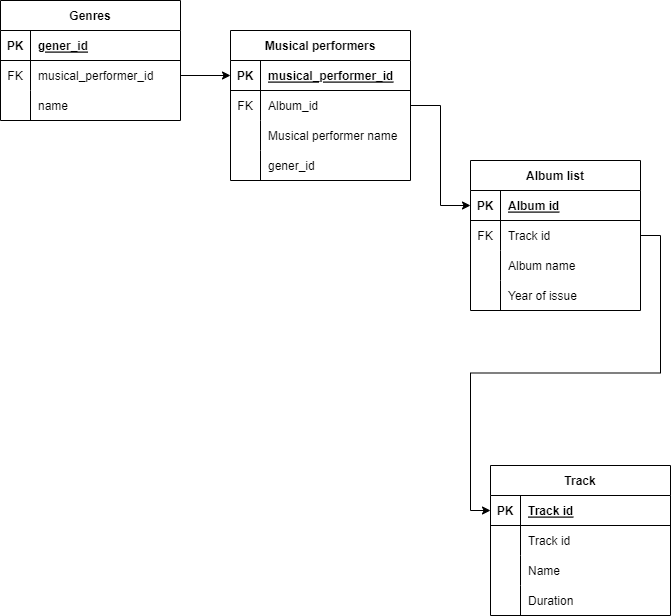
VadimRoziznan/Music-site keeps this draw.io diagram as Music site.drawio.png. Above is the earlier version. Source tidied: cells renumbered, new cells last; positions are measured from the earlier drawing's top-left corner, leaving out a move shared by most shapes.
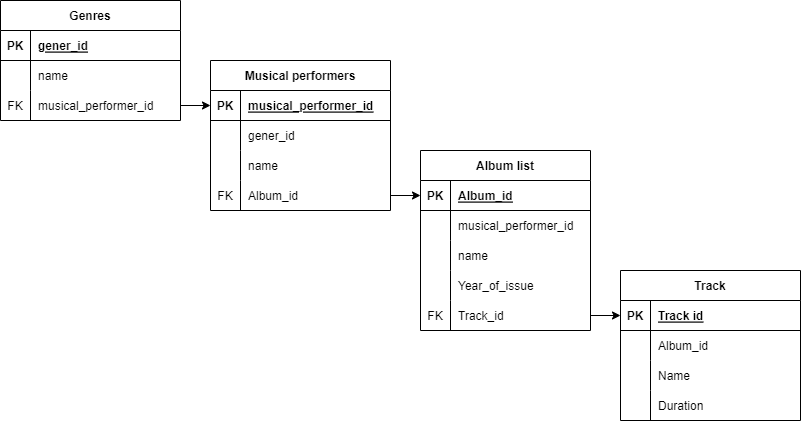
After the commit.

The edit, as a diff of the source:
```diff
@@ -17,23 +17,23 @@
     <mxCell id="6" style="shape=tableRow;horizontal=0;startSize=0;swimlaneHead=0;swimlaneBody=0;fillColor=none;points=[[0,0.5],[1,0.5]];portConstraint=eastwest;top=0;left=0;right=0;bottom=0;" parent="2" vertex="1">
       <mxGeometry y="60" width="180" height="30" as="geometry" />
     </mxCell>
-    <mxCell id="7" value="FK" style="shape=partialRectangle;fillColor=none;top=0;left=0;bottom=0;right=0;overflow=hidden;" parent="6" vertex="1">
+    <mxCell id="7" style="shape=partialRectangle;fillColor=none;top=0;left=0;bottom=0;right=0;overflow=hidden;" parent="6" vertex="1">
       <mxGeometry width="30" height="30" as="geometry" />
     </mxCell>
-    <mxCell id="8" value="musical_performer_id" style="shape=partialRectangle;fillColor=none;top=0;left=0;bottom=0;right=0;align=left;spacingLeft=6;overflow=hidden;" parent="6" vertex="1">
+    <mxCell id="8" value="name" style="shape=partialRectangle;fillColor=none;top=0;left=0;bottom=0;right=0;align=left;spacingLeft=6;overflow=hidden;" parent="6" vertex="1">
       <mxGeometry x="30" width="150" height="30" as="geometry" />
     </mxCell>
     <mxCell id="9" style="shape=tableRow;horizontal=0;startSize=0;swimlaneHead=0;swimlaneBody=0;fillColor=none;points=[[0,0.5],[1,0.5]];portConstraint=eastwest;top=0;left=0;right=0;bottom=0;" parent="2" vertex="1">
       <mxGeometry y="90" width="180" height="30" as="geometry" />
     </mxCell>
-    <mxCell id="10" style="shape=partialRectangle;fillColor=none;top=0;left=0;bottom=0;right=0;overflow=hidden;" parent="9" vertex="1">
-      <mxGeometry width="30" height="30" as="geometry" />
-    </mxCell>
-    <mxCell id="11" value="name" style="shape=partialRectangle;fillColor=none;top=0;left=0;bottom=0;right=0;align=left;spacingLeft=6;overflow=hidden;" parent="9" vertex="1">
-      <mxGeometry x="30" width="150" height="30" as="geometry" />
-    </mxCell>
+    <mxCell id="55" value="FK" style="shape=partialRectangle;fillColor=none;top=0;left=0;bottom=0;right=0;overflow=hidden;" parent="9" vertex="1">
+      <mxGeometry width="30" height="30" as="geometry" />
+    </mxCell>
+    <mxCell id="56" value="musical_performer_id" style="shape=partialRectangle;fillColor=none;top=0;left=0;bottom=0;right=0;align=left;spacingLeft=6;overflow=hidden;" parent="9" vertex="1">
+      <mxGeometry x="30" width="150" height="30" as="geometry" />
+    </mxCell>
     <mxCell id="12" value="Musical performers" style="shape=table;startSize=30;rowLines=0;fontStyle=1;align=center;strokeColor=default;fontFamily=Helvetica;fontSize=12;fontColor=default;fillColor=none;" parent="1" vertex="1">
-      <mxGeometry x="230" y="30" width="180" height="150" as="geometry" />
+      <mxGeometry x="210" y="60" width="180" height="150" as="geometry" />
     </mxCell>
     <mxCell id="13" style="shape=tableRow;horizontal=0;startSize=0;swimlaneHead=0;swimlaneBody=0;fillColor=none;points=[[0,0.5],[1,0.5]];portConstraint=eastwest;top=0;left=0;right=0;bottom=1;strokeColor=default;fontFamily=Helvetica;fontSize=12;fontColor=default;" parent="12" vertex="1">
       <mxGeometry y="30" width="180" height="30" as="geometry" />
@@ -47,10 +47,10 @@
     <mxCell id="16" style="shape=tableRow;horizontal=0;startSize=0;swimlaneHead=0;swimlaneBody=0;fillColor=none;points=[[0,0.5],[1,0.5]];portConstraint=eastwest;top=0;left=0;right=0;bottom=0;strokeColor=default;fontFamily=Helvetica;fontSize=12;fontColor=default;" parent="12" vertex="1">
       <mxGeometry y="60" width="180" height="30" as="geometry" />
     </mxCell>
-    <mxCell id="17" value="FK" style="shape=partialRectangle;fillColor=none;top=0;left=0;bottom=0;right=0;overflow=hidden;strokeColor=default;fontFamily=Helvetica;fontSize=12;fontColor=default;" parent="16" vertex="1">
+    <mxCell id="17" style="shape=partialRectangle;fillColor=none;top=0;left=0;bottom=0;right=0;overflow=hidden;strokeColor=default;fontFamily=Helvetica;fontSize=12;fontColor=default;" parent="16" vertex="1">
       <mxGeometry width="30" height="30" as="geometry" />
     </mxCell>
-    <mxCell id="18" value="Album_id" style="shape=partialRectangle;fillColor=none;top=0;left=0;bottom=0;right=0;align=left;spacingLeft=6;overflow=hidden;strokeColor=default;fontFamily=Helvetica;fontSize=12;fontColor=default;" parent="16" vertex="1">
+    <mxCell id="18" value="gener_id" style="shape=partialRectangle;fillColor=none;top=0;left=0;bottom=0;right=0;align=left;spacingLeft=6;overflow=hidden;strokeColor=default;fontFamily=Helvetica;fontSize=12;fontColor=default;" parent="16" vertex="1">
       <mxGeometry x="30" width="150" height="30" as="geometry" />
     </mxCell>
     <mxCell id="19" style="shape=tableRow;horizontal=0;startSize=0;swimlaneHead=0;swimlaneBody=0;fillColor=none;top=0;left=0;right=0;bottom=0;strokeColor=default;fontFamily=Helvetica;fontSize=12;fontColor=default;" parent="12" vertex="1">
@@ -59,20 +59,20 @@
     <mxCell id="20" style="shape=partialRectangle;fillColor=none;top=0;left=0;bottom=0;right=0;overflow=hidden;strokeColor=default;fontFamily=Helvetica;fontSize=12;fontColor=default;" parent="19" vertex="1">
       <mxGeometry width="30" height="30" as="geometry" />
     </mxCell>
-    <mxCell id="21" value="Musical performer name" style="shape=partialRectangle;fillColor=none;top=0;left=0;bottom=0;right=0;align=left;spacingLeft=6;overflow=hidden;strokeColor=default;fontFamily=Helvetica;fontSize=12;fontColor=default;" parent="19" vertex="1">
+    <mxCell id="21" value="name" style="shape=partialRectangle;fillColor=none;top=0;left=0;bottom=0;right=0;align=left;spacingLeft=6;overflow=hidden;strokeColor=default;fontFamily=Helvetica;fontSize=12;fontColor=default;" parent="19" vertex="1">
       <mxGeometry x="30" width="150" height="30" as="geometry" />
     </mxCell>
     <mxCell id="22" style="shape=tableRow;horizontal=0;startSize=0;swimlaneHead=0;swimlaneBody=0;fillColor=none;points=[[0,0.5],[1,0.5]];portConstraint=eastwest;top=0;left=0;right=0;bottom=0;strokeColor=default;fontFamily=Helvetica;fontSize=12;fontColor=default;" parent="12" vertex="1">
       <mxGeometry y="120" width="180" height="30" as="geometry" />
     </mxCell>
-    <mxCell id="23" style="shape=partialRectangle;fillColor=none;top=0;left=0;bottom=0;right=0;overflow=hidden;strokeColor=default;fontFamily=Helvetica;fontSize=12;fontColor=default;" parent="22" vertex="1">
-      <mxGeometry width="30" height="30" as="geometry" />
-    </mxCell>
-    <mxCell id="24" value="gener_id" style="shape=partialRectangle;fillColor=none;top=0;left=0;bottom=0;right=0;align=left;spacingLeft=6;overflow=hidden;strokeColor=default;fontFamily=Helvetica;fontSize=12;fontColor=default;" parent="22" vertex="1">
-      <mxGeometry x="30" width="150" height="30" as="geometry" />
-    </mxCell>
+    <mxCell id="57" value="FK" style="shape=partialRectangle;fillColor=none;top=0;left=0;bottom=0;right=0;overflow=hidden;strokeColor=default;fontFamily=Helvetica;fontSize=12;fontColor=default;" parent="22" vertex="1">
+      <mxGeometry width="30" height="30" as="geometry" />
+    </mxCell>
+    <mxCell id="58" value="Album_id" style="shape=partialRectangle;fillColor=none;top=0;left=0;bottom=0;right=0;align=left;spacingLeft=6;overflow=hidden;strokeColor=default;fontFamily=Helvetica;fontSize=12;fontColor=default;" parent="22" vertex="1">
+      <mxGeometry x="30" width="150" height="30" as="geometry" />
+    </mxCell>
     <mxCell id="25" value="Album list" style="shape=table;startSize=30;rowLines=0;fontStyle=1;align=center;strokeColor=default;fontFamily=Helvetica;fontSize=12;fontColor=default;fillColor=none;" parent="1" vertex="1">
-      <mxGeometry x="470" y="160" width="170" height="150" as="geometry" />
+      <mxGeometry x="420" y="150" width="170" height="180" as="geometry" />
     </mxCell>
     <mxCell id="26" style="shape=tableRow;horizontal=0;startSize=0;swimlaneHead=0;swimlaneBody=0;fillColor=none;points=[[0,0.5],[1,0.5]];portConstraint=eastwest;top=0;left=0;right=0;bottom=1;strokeColor=default;fontFamily=Helvetica;fontSize=12;fontColor=default;" parent="25" vertex="1">
       <mxGeometry y="30" width="170" height="30" as="geometry" />
@@ -80,44 +80,50 @@
     <mxCell id="27" value="PK" style="shape=partialRectangle;fillColor=none;top=0;left=0;bottom=0;right=0;fontStyle=1;overflow=hidden;strokeColor=default;fontFamily=Helvetica;fontSize=12;fontColor=default;" parent="26" vertex="1">
       <mxGeometry width="30" height="30" as="geometry" />
     </mxCell>
-    <mxCell id="28" value="Album id" style="shape=partialRectangle;fillColor=none;top=0;left=0;bottom=0;right=0;align=left;spacingLeft=6;fontStyle=5;overflow=hidden;strokeColor=default;fontFamily=Helvetica;fontSize=12;fontColor=default;" parent="26" vertex="1">
+    <mxCell id="28" value="Album_id" style="shape=partialRectangle;fillColor=none;top=0;left=0;bottom=0;right=0;align=left;spacingLeft=6;fontStyle=5;overflow=hidden;strokeColor=default;fontFamily=Helvetica;fontSize=12;fontColor=default;" parent="26" vertex="1">
       <mxGeometry x="30" width="140" height="30" as="geometry" />
     </mxCell>
-    <mxCell id="29" style="shape=tableRow;horizontal=0;startSize=0;swimlaneHead=0;swimlaneBody=0;fillColor=none;points=[[0,0.5],[1,0.5]];portConstraint=eastwest;top=0;left=0;right=0;bottom=0;strokeColor=default;fontFamily=Helvetica;fontSize=12;fontColor=default;" parent="25" vertex="1">
-      <mxGeometry y="60" width="170" height="30" as="geometry" />
-    </mxCell>
-    <mxCell id="30" value="FK" style="shape=partialRectangle;fillColor=none;top=0;left=0;bottom=0;right=0;overflow=hidden;strokeColor=default;fontFamily=Helvetica;fontSize=12;fontColor=default;" parent="29" vertex="1">
-      <mxGeometry width="30" height="30" as="geometry" />
-    </mxCell>
-    <mxCell id="31" value="Track id" style="shape=partialRectangle;fillColor=none;top=0;left=0;bottom=0;right=0;align=left;spacingLeft=6;overflow=hidden;strokeColor=default;fontFamily=Helvetica;fontSize=12;fontColor=default;" parent="29" vertex="1">
-      <mxGeometry x="30" width="140" height="30" as="geometry" />
-    </mxCell>
     <mxCell id="32" style="shape=tableRow;horizontal=0;startSize=0;swimlaneHead=0;swimlaneBody=0;fillColor=none;top=0;left=0;right=0;bottom=0;strokeColor=default;fontFamily=Helvetica;fontSize=12;fontColor=default;" parent="25" vertex="1">
-      <mxGeometry y="90" width="170" height="30" as="geometry" />
+      <mxGeometry y="60" width="170" height="30" as="geometry" />
     </mxCell>
     <mxCell id="33" style="shape=partialRectangle;fillColor=none;top=0;left=0;bottom=0;right=0;overflow=hidden;strokeColor=default;fontFamily=Helvetica;fontSize=12;fontColor=default;" parent="32" vertex="1">
       <mxGeometry width="30" height="30" as="geometry" />
     </mxCell>
-    <mxCell id="34" value="Album name" style="shape=partialRectangle;fillColor=none;top=0;left=0;bottom=0;right=0;align=left;spacingLeft=6;overflow=hidden;strokeColor=default;fontFamily=Helvetica;fontSize=12;fontColor=default;" parent="32" vertex="1">
+    <mxCell id="34" value="musical_performer_id" style="shape=partialRectangle;fillColor=none;top=0;left=0;bottom=0;right=0;align=left;spacingLeft=6;overflow=hidden;strokeColor=default;fontFamily=Helvetica;fontSize=12;fontColor=default;" parent="32" vertex="1">
       <mxGeometry x="30" width="140" height="30" as="geometry" />
     </mxCell>
     <mxCell id="35" style="shape=tableRow;horizontal=0;startSize=0;swimlaneHead=0;swimlaneBody=0;fillColor=none;top=0;left=0;right=0;bottom=0;strokeColor=default;fontFamily=Helvetica;fontSize=12;fontColor=default;" parent="25" vertex="1">
-      <mxGeometry y="120" width="170" height="30" as="geometry" />
+      <mxGeometry y="90" width="170" height="30" as="geometry" />
     </mxCell>
     <mxCell id="36" style="shape=partialRectangle;fillColor=none;top=0;left=0;bottom=0;right=0;overflow=hidden;strokeColor=default;fontFamily=Helvetica;fontSize=12;fontColor=default;" parent="35" vertex="1">
       <mxGeometry width="30" height="30" as="geometry" />
     </mxCell>
-    <mxCell id="37" value="Year of issue" style="shape=partialRectangle;fillColor=none;top=0;left=0;bottom=0;right=0;align=left;spacingLeft=6;overflow=hidden;strokeColor=default;fontFamily=Helvetica;fontSize=12;fontColor=default;" parent="35" vertex="1">
+    <mxCell id="37" value="name" style="shape=partialRectangle;fillColor=none;top=0;left=0;bottom=0;right=0;align=left;spacingLeft=6;overflow=hidden;strokeColor=default;fontFamily=Helvetica;fontSize=12;fontColor=default;" parent="35" vertex="1">
       <mxGeometry x="30" width="140" height="30" as="geometry" />
     </mxCell>
+    <mxCell id="59" style="shape=tableRow;horizontal=0;startSize=0;swimlaneHead=0;swimlaneBody=0;fillColor=none;top=0;left=0;right=0;bottom=0;strokeColor=default;fontFamily=Helvetica;fontSize=12;fontColor=default;" parent="25" vertex="1">
+      <mxGeometry y="120" width="170" height="30" as="geometry" />
+    </mxCell>
+    <mxCell id="23" style="shape=partialRectangle;fillColor=none;top=0;left=0;bottom=0;right=0;overflow=hidden;strokeColor=default;fontFamily=Helvetica;fontSize=12;fontColor=default;" parent="59" vertex="1">
+      <mxGeometry width="30" height="30" as="geometry" />
+    </mxCell>
+    <mxCell id="60" value="Year_of_issue" style="shape=partialRectangle;fillColor=none;top=0;left=0;bottom=0;right=0;align=left;spacingLeft=6;overflow=hidden;strokeColor=default;fontFamily=Helvetica;fontSize=12;fontColor=default;" parent="59" vertex="1">
+      <mxGeometry x="30" width="140" height="30" as="geometry" />
+    </mxCell>
+    <mxCell id="61" style="shape=tableRow;horizontal=0;startSize=0;swimlaneHead=0;swimlaneBody=0;fillColor=none;points=[[0,0.5],[1,0.5]];portConstraint=eastwest;top=0;left=0;right=0;bottom=0;strokeColor=default;fontFamily=Helvetica;fontSize=12;fontColor=default;" parent="25" vertex="1">
+      <mxGeometry y="150" width="170" height="30" as="geometry" />
+    </mxCell>
+    <mxCell id="62" value="FK" style="shape=partialRectangle;fillColor=none;top=0;left=0;bottom=0;right=0;overflow=hidden;strokeColor=default;fontFamily=Helvetica;fontSize=12;fontColor=default;" parent="61" vertex="1">
+      <mxGeometry width="30" height="30" as="geometry" />
+    </mxCell>
+    <mxCell id="63" value="Track_id" style="shape=partialRectangle;fillColor=none;top=0;left=0;bottom=0;right=0;align=left;spacingLeft=6;overflow=hidden;strokeColor=default;fontFamily=Helvetica;fontSize=12;fontColor=default;" parent="61" vertex="1">
+      <mxGeometry x="30" width="140" height="30" as="geometry" />
+    </mxCell>
     <mxCell id="38" style="edgeStyle=orthogonalEdgeStyle;rounded=0;jettySize=auto;html=1;exitX=1;exitY=0.5;exitDx=0;exitDy=0;entryX=0;entryY=0.5;entryDx=0;entryDy=0;" parent="1" edge="1" target="13">
       <mxGeometry relative="1" as="geometry" />
     </mxCell>
-    <mxCell id="39" style="edgeStyle=orthogonalEdgeStyle;rounded=0;jettySize=auto;html=1;exitX=1;exitY=0.5;exitDx=0;exitDy=0;entryX=0;entryY=0.5;entryDx=0;entryDy=0;" parent="1" edge="1" source="6" target="13">
-      <mxGeometry relative="1" as="geometry" />
-    </mxCell>
     <mxCell id="40" value="Track" style="shape=table;startSize=30;rowLines=0;fontStyle=1;align=center;" parent="1" vertex="1">
-      <mxGeometry x="490" y="465" width="180" height="150" as="geometry" />
+      <mxGeometry x="620" y="270" width="180" height="150" as="geometry" />
     </mxCell>
     <mxCell id="41" style="shape=tableRow;horizontal=0;startSize=0;swimlaneHead=0;swimlaneBody=0;fillColor=none;points=[[0,0.5],[1,0.5]];portConstraint=eastwest;top=0;left=0;right=0;bottom=1;" parent="40" vertex="1">
       <mxGeometry y="30" width="180" height="30" as="geometry" />
@@ -134,7 +140,7 @@
     <mxCell id="45" style="shape=partialRectangle;fillColor=none;top=0;left=0;bottom=0;right=0;overflow=hidden;" parent="44" vertex="1">
       <mxGeometry width="30" height="30" as="geometry" />
     </mxCell>
-    <mxCell id="46" value="Track id" style="shape=partialRectangle;fillColor=none;top=0;left=0;bottom=0;right=0;align=left;spacingLeft=6;overflow=hidden;" parent="44" vertex="1">
+    <mxCell id="46" value="Album_id" style="shape=partialRectangle;fillColor=none;top=0;left=0;bottom=0;right=0;align=left;spacingLeft=6;overflow=hidden;" parent="44" vertex="1">
       <mxGeometry x="30" width="150" height="30" as="geometry" />
     </mxCell>
     <mxCell id="47" style="shape=tableRow;horizontal=0;startSize=0;swimlaneHead=0;swimlaneBody=0;fillColor=none;top=0;left=0;right=0;bottom=0;" parent="40" vertex="1">
@@ -155,11 +161,14 @@
     <mxCell id="52" value="Duration" style="shape=partialRectangle;fillColor=none;top=0;left=0;bottom=0;right=0;align=left;spacingLeft=6;overflow=hidden;" parent="50" vertex="1">
       <mxGeometry x="30" width="150" height="30" as="geometry" />
     </mxCell>
-    <mxCell id="53" style="edgeStyle=orthogonalEdgeStyle;rounded=0;jettySize=auto;html=1;exitX=1;exitY=0.5;exitDx=0;exitDy=0;entryX=0;entryY=0.5;entryDx=0;entryDy=0;" parent="1" edge="1" source="16" target="26">
-      <mxGeometry relative="1" as="geometry" />
-    </mxCell>
-    <mxCell id="54" style="edgeStyle=orthogonalEdgeStyle;rounded=0;jettySize=auto;html=1;exitX=1;exitY=0.5;exitDx=0;exitDy=0;entryX=0;entryY=0.5;entryDx=0;entryDy=0;" parent="1" edge="1" source="29" target="41">
-      <mxGeometry relative="1" as="geometry" />
-    </mxCell>
+    <mxCell id="64" style="edgeStyle=orthogonalEdgeStyle;rounded=0;jettySize=auto;html=1;exitX=1;exitY=0.5;exitDx=0;exitDy=0;entryX=0;entryY=0.5;entryDx=0;entryDy=0;" parent="1" edge="1" source="9" target="13">
+      <mxGeometry relative="1" as="geometry" />
+    </mxCell>
+    <mxCell id="65" style="edgeStyle=orthogonalEdgeStyle;rounded=0;jettySize=auto;html=1;exitX=1;exitY=0.5;exitDx=0;exitDy=0;entryX=0;entryY=0.5;entryDx=0;entryDy=0;" parent="1" edge="1" source="22" target="26">
+      <mxGeometry relative="1" as="geometry" />
+    </mxCell>
+    <mxCell id="66" style="edgeStyle=orthogonalEdgeStyle;rounded=0;jettySize=auto;html=1;exitX=1;exitY=0.5;exitDx=0;exitDy=0;entryX=0;entryY=0.5;entryDx=0;entryDy=0;" parent="1" edge="1" source="61" target="41">
+      <mxGeometry relative="1" as="geometry" />
+    </mxCell>
   </root>
 </mxGraphModel>
```
